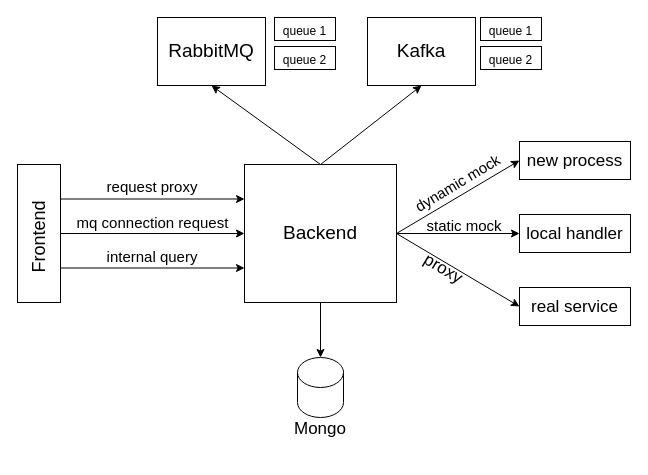
The draw.io diagram page "Страница 1" (1 of 3) of docs/data/arch-overview.drawio.xml in Michicosun/mock-server, before the edit. Source tidied: cells renumbered, new cells numbered last; positions are measured from the earlier drawing's top-left corner, leaving out a move shared by most shapes. Both pictures are drawn from the tidied source at 100%, with x=0, y=0 at pixel (-10, 17).
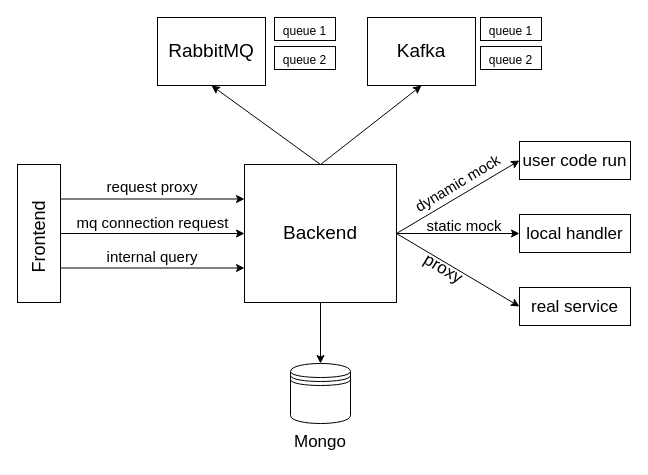
After the change.

The change refers to these unchanged cells:
```xml
<mxCell id="8" value="Backend" style="rounded=0;whiteSpace=wrap;html=1;fontSize=19;" parent="1" vertex="1">
  <mxGeometry x="254" y="147" width="152" height="138" as="geometry" />
</mxCell>
```

Diff of the diagram source:
```diff
@@
-    <mxCell id="5" style="edgeStyle=none;rounded=0;jettySize=auto;html=1;exitX=0.5;exitY=1;exitDx=0;exitDy=0;entryX=0.5;entryY=0;entryDx=0;entryDy=0;entryPerimeter=0;fontSize=19;" parent="1" edge="1" source="8" target="16">
+    <mxCell id="5" style="edgeStyle=none;rounded=0;jettySize=auto;html=1;exitX=0.5;exitY=1;exitDx=0;exitDy=0;entryX=0.5;entryY=0;entryDx=0;entryDy=0;fontSize=19;" parent="1" edge="1" source="8" target="32">
       <mxGeometry relative="1" as="geometry" />
     </mxCell>
@@
-    <mxCell id="15" value="&lt;font style=&quot;font-size: 17px;&quot;&gt;new process&lt;/font&gt;" style="rounded=0;whiteSpace=wrap;html=1;fontSize=19;" parent="1" vertex="1">
+    <mxCell id="15" value="&lt;span style=&quot;font-size: 17px;&quot;&gt;user code run&lt;/span&gt;" style="rounded=0;whiteSpace=wrap;html=1;fontSize=19;" parent="1" vertex="1">
       <mxGeometry x="529" y="124" width="111" height="38" as="geometry" />
     </mxCell>
-    <mxCell id="16" style="shape=cylinder3;whiteSpace=wrap;html=1;boundedLbl=1;backgroundOutline=1;size=15;fontSize=19;" parent="1" vertex="1">
-      <mxGeometry x="307" y="340" width="46" height="60" as="geometry" />
-    </mxCell>
@@
     <mxCell id="26" value="Mongo" style="text;html=1;strokeColor=none;fillColor=none;align=center;verticalAlign=middle;whiteSpace=wrap;rounded=0;fontSize=17;" parent="1" vertex="1">
-      <mxGeometry x="300" y="397" width="60" height="30" as="geometry" />
+      <mxGeometry x="300" y="410" width="60" height="30" as="geometry" />
     </mxCell>
@@
+    <mxCell id="32" style="shape=datastore;whiteSpace=wrap;html=1;" parent="1" vertex="1">
+      <mxGeometry x="300" y="346" width="60" height="60" as="geometry" />
+    </mxCell>
```
